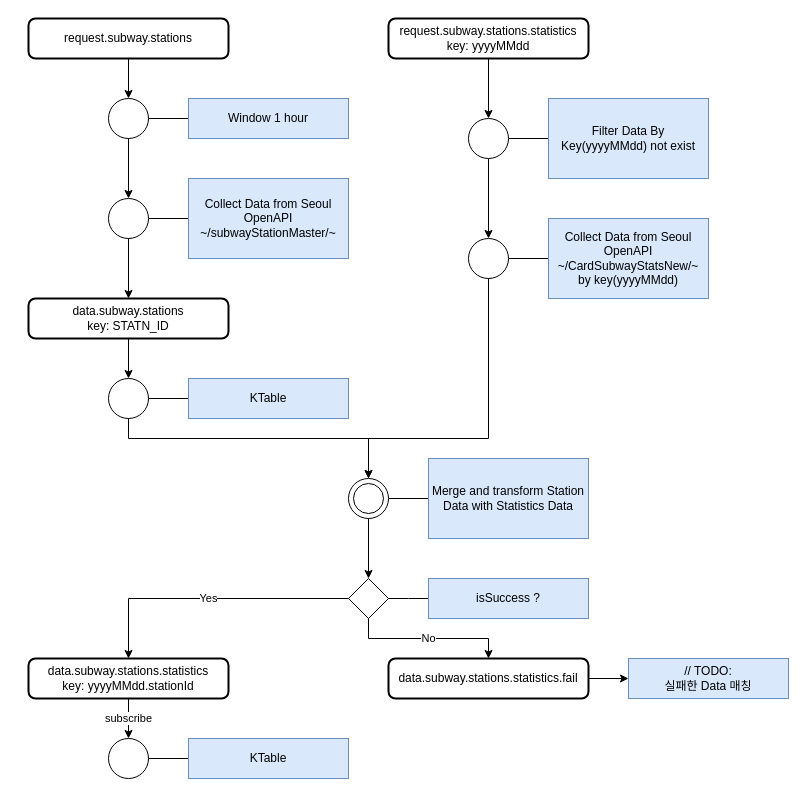
Above: subway/subwayTopology.drawio in p-bear/charts.draw.io (draw.io), before the change. Source tidied: cells renumbered, new cells numbered last; positions are measured from the earlier drawing's top-left corner, leaving out a move shared by most shapes. Both pictures are drawn from the tidied source at 100%, with x=0, y=0 at pixel (28, 18).
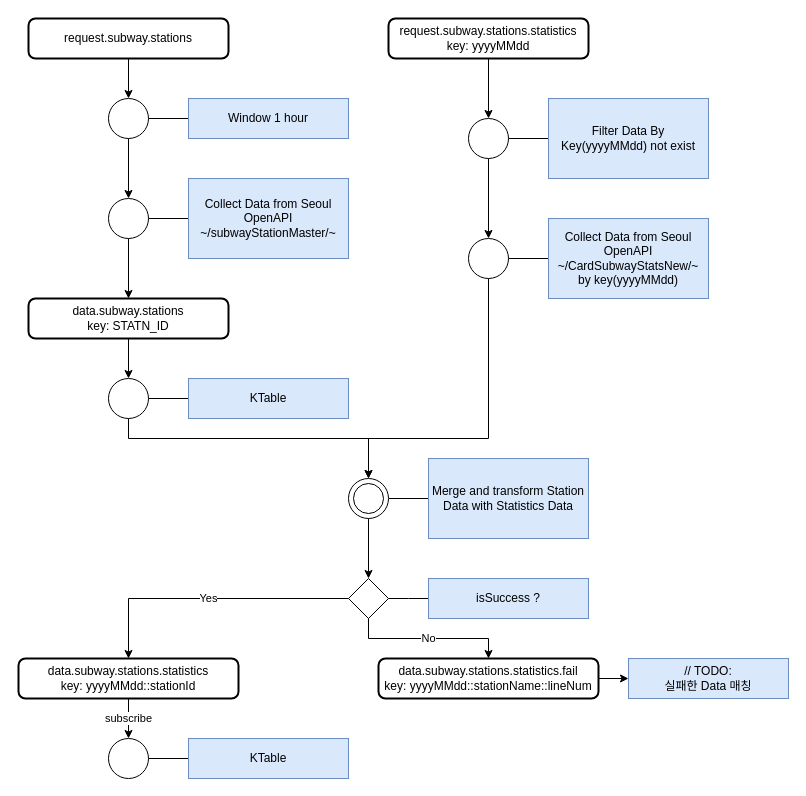
The same page after the edit.

The edit, as a diff of the source:
```diff
@@
-    <mxCell id="34" value="&lt;div&gt;&lt;span style=&quot;background-color: initial;&quot;&gt;data.subway.stations.statistics&lt;/span&gt;&lt;br&gt;&lt;/div&gt;&lt;div&gt;&lt;span style=&quot;background-color: initial;&quot;&gt;key: yyyyMMdd.stationId&lt;/span&gt;&lt;/div&gt;" style="rounded=1;whiteSpace=wrap;html=1;absoluteArcSize=1;arcSize=14;strokeWidth=2;" parent="1" vertex="1">
-      <mxGeometry y="640" width="200" height="40" as="geometry" />
+    <mxCell id="34" value="&lt;div&gt;&lt;span style=&quot;background-color: initial;&quot;&gt;data.subway.stations.statistics&lt;/span&gt;&lt;br&gt;&lt;/div&gt;&lt;div&gt;&lt;span style=&quot;background-color: initial;&quot;&gt;key: yyyyMMdd::stationId&lt;/span&gt;&lt;/div&gt;" style="rounded=1;whiteSpace=wrap;html=1;absoluteArcSize=1;arcSize=14;strokeWidth=2;" parent="1" vertex="1">
+      <mxGeometry x="-10" y="640" width="220" height="40" as="geometry" />
     </mxCell>
@@
-    <mxCell id="40" value="&lt;div&gt;&lt;span style=&quot;background-color: initial;&quot;&gt;data.subway.stations.statistics.fail&lt;/span&gt;&lt;br&gt;&lt;/div&gt;" style="rounded=1;whiteSpace=wrap;html=1;absoluteArcSize=1;arcSize=14;strokeWidth=2;" parent="1" vertex="1">
-      <mxGeometry x="360" y="640" width="200" height="40" as="geometry" />
+    <mxCell id="40" value="&lt;div&gt;&lt;span style=&quot;background-color: initial;&quot;&gt;data.subway.stations.statistics.fail&lt;/span&gt;&lt;br&gt;&lt;/div&gt;&lt;div&gt;key: yyyyMMdd::stationName::lineNum&lt;span style=&quot;background-color: initial;&quot;&gt;&lt;br&gt;&lt;/span&gt;&lt;/div&gt;" style="rounded=1;whiteSpace=wrap;html=1;absoluteArcSize=1;arcSize=14;strokeWidth=2;" parent="1" vertex="1">
+      <mxGeometry x="350" y="640" width="220" height="40" as="geometry" />
     </mxCell>
```
